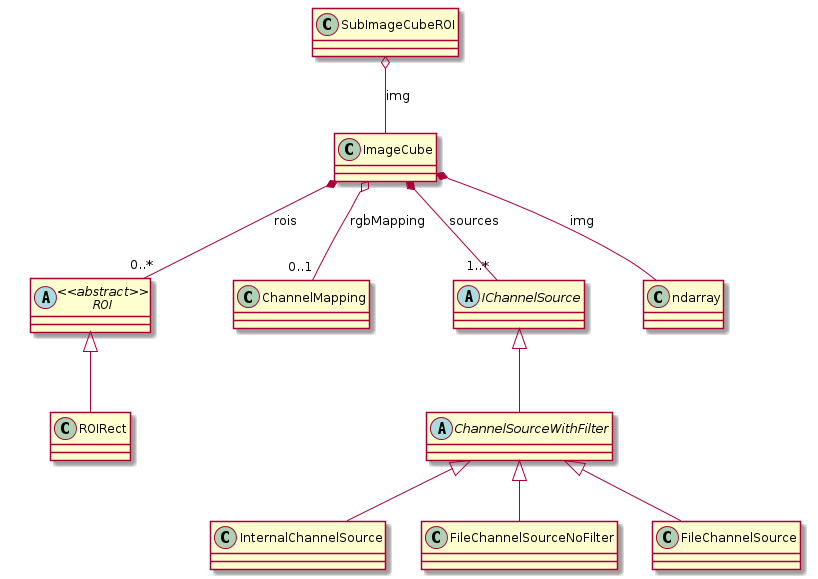
Earlier version of the PlantUML export docs/image.png (AU-ExoMars/PCOT). Its diagram source:
```plantuml
@startuml
skinparam classAttributeIconSize 0

abstract class ROI <<abstract>> {
}

class ROIRect extends ROI {
}

class SubImageCubeROI {
}

SubImageCubeROI o-- ImageCube:img

class ChannelMapping {
}

abstract class IChannelSource {
}
abstract class ChannelSourceWithFilter extends IChannelSource {
}
class InternalChannelSource extends ChannelSourceWithFilter {
}
class FileChannelSourceNoFilter extends ChannelSourceWithFilter {
}
class FileChannelSource extends ChannelSourceWithFilter {
}



class ImageCube {
}

ImageCube *-- "1..*" IChannelSource: sources
ImageCube o-- "0..1" ChannelMapping: rgbMapping
ImageCube *-- ndarray : img
ImageCube *-- "0..*" ROI : rois


@enduml
```
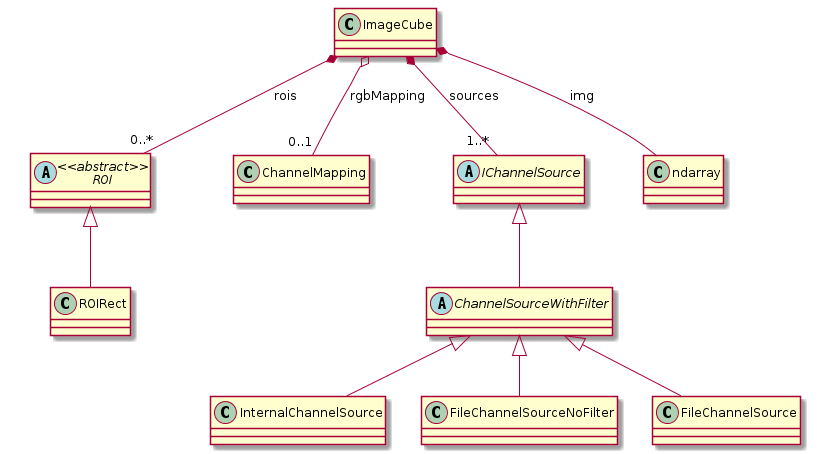
After the change.

Change to the diagram source:
```diff
@@ -6,11 +6,6 @@
 
 class ROIRect extends ROI {
 }
-
-class SubImageCubeROI {
-}
-
-SubImageCubeROI o-- ImageCube:img
 
 class ChannelMapping {
 }
```
